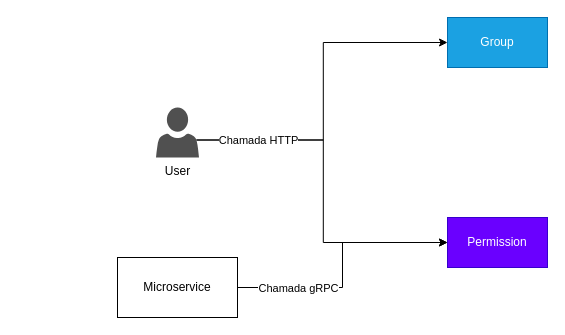
This is page "AuthService" (2 of 34) of Architecture.drawio from AlanEdward19/ShapeUp, a draw.io file, before an edit. Source tidied: cells renumbered, new cells numbered last; positions are measured from the earlier drawing's top-left corner, leaving out a move shared by most shapes. Both pictures are drawn from the tidied source at 100%, with x=0, y=0 at pixel (117, 17).
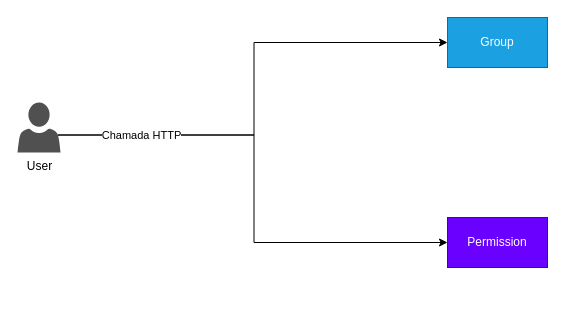
Above is the later version.

Change to the diagram source:
```diff
@@
 <mxGraphModel>
   <root>
     <mxCell id="0" />
     <mxCell id="1" parent="0" />
     <mxCell id="2" style="edgeStyle=orthogonalEdgeStyle;rounded=0;jettySize=auto;html=1;exitX=0.94;exitY=0.65;exitDx=0;exitDy=0;exitPerimeter=0;entryX=0;entryY=0.5;entryDx=0;entryDy=0;" parent="1" edge="1" source="5" target="7">
       <mxGeometry relative="1" as="geometry" />
     </mxCell>
     <mxCell id="3" style="edgeStyle=orthogonalEdgeStyle;rounded=0;jettySize=auto;html=1;exitX=0.94;exitY=0.65;exitDx=0;exitDy=0;exitPerimeter=0;entryX=0;entryY=0.5;entryDx=0;entryDy=0;" parent="1" edge="1" source="5" target="6">
       <mxGeometry relative="1" as="geometry" />
     </mxCell>
     <mxCell id="4" value="Chamada HTTP" style="edgeLabel;html=1;align=center;verticalAlign=middle;" parent="3" vertex="1">
       <mxGeometry x="-0.68" y="-2" relative="1" as="geometry">
         <mxPoint x="6" y="-2" as="offset" />
       </mxGeometry>
     </mxCell>
     <mxCell id="5" value="User" style="sketch=0;shadow=0;dashed=0;html=1;strokeColor=none;labelPosition=center;verticalLabelPosition=bottom;verticalAlign=top;align=center;fillColor=#505050;shape=mxgraph.mscae.intune.account_portal;" parent="1" vertex="1">
-      <mxGeometry x="38.5" y="90" width="43" height="50" as="geometry" />
+      <mxGeometry x="-100" y="85" width="43" height="50" as="geometry" />
     </mxCell>
     <mxCell id="6" value="Group" style="whiteSpace=wrap;html=1;fillColor=#1ba1e2;strokeColor=#006EAF;fontColor=#ffffff;" parent="1" vertex="1">
       <mxGeometry x="330" width="100" height="50" as="geometry" />
     </mxCell>
     <mxCell id="7" value="Permission" style="whiteSpace=wrap;html=1;fillColor=#6a00ff;strokeColor=#3700CC;fontColor=#ffffff;" parent="1" vertex="1">
       <mxGeometry x="330" y="200" width="100" height="50" as="geometry" />
     </mxCell>
-    <mxCell id="8" style="edgeStyle=orthogonalEdgeStyle;rounded=0;jettySize=auto;html=1;exitX=1;exitY=0.5;exitDx=0;exitDy=0;entryX=0;entryY=0.5;entryDx=0;entryDy=0;" parent="1" edge="1" source="10" target="7">
-      <mxGeometry relative="1" as="geometry" />
-    </mxCell>
-    <mxCell id="9" value="Chamada gRPC" style="edgeLabel;html=1;align=center;verticalAlign=middle;" parent="8" vertex="1">
-      <mxGeometry x="-0.63" y="1" relative="1" as="geometry">
-        <mxPoint x="13" y="1" as="offset" />
-      </mxGeometry>
-    </mxCell>
-    <mxCell id="10" value="Microservice" style="rounded=0;whiteSpace=wrap;html=1;" parent="1" vertex="1">
-      <mxGeometry y="240" width="120" height="60" as="geometry" />
-    </mxCell>
   </root>
 </mxGraphModel>
```
